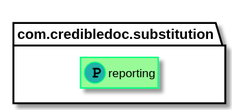
Earlier version of the PlantUML export substitution/substitution-doc/doc/img/diagrams.md_5.svg (credibledoc/credible-doc). The source it was exported from:
```plantuml
@startuml
left to right direction
hide empty members

skinparam class {
    BackgroundColor PaleGreen
    ArrowColor SeaGreen
    BorderColor SpringGreen
}

Class com.credibledoc.substitution.reporting << (P,LightSeaGreen) >>


@enduml
```
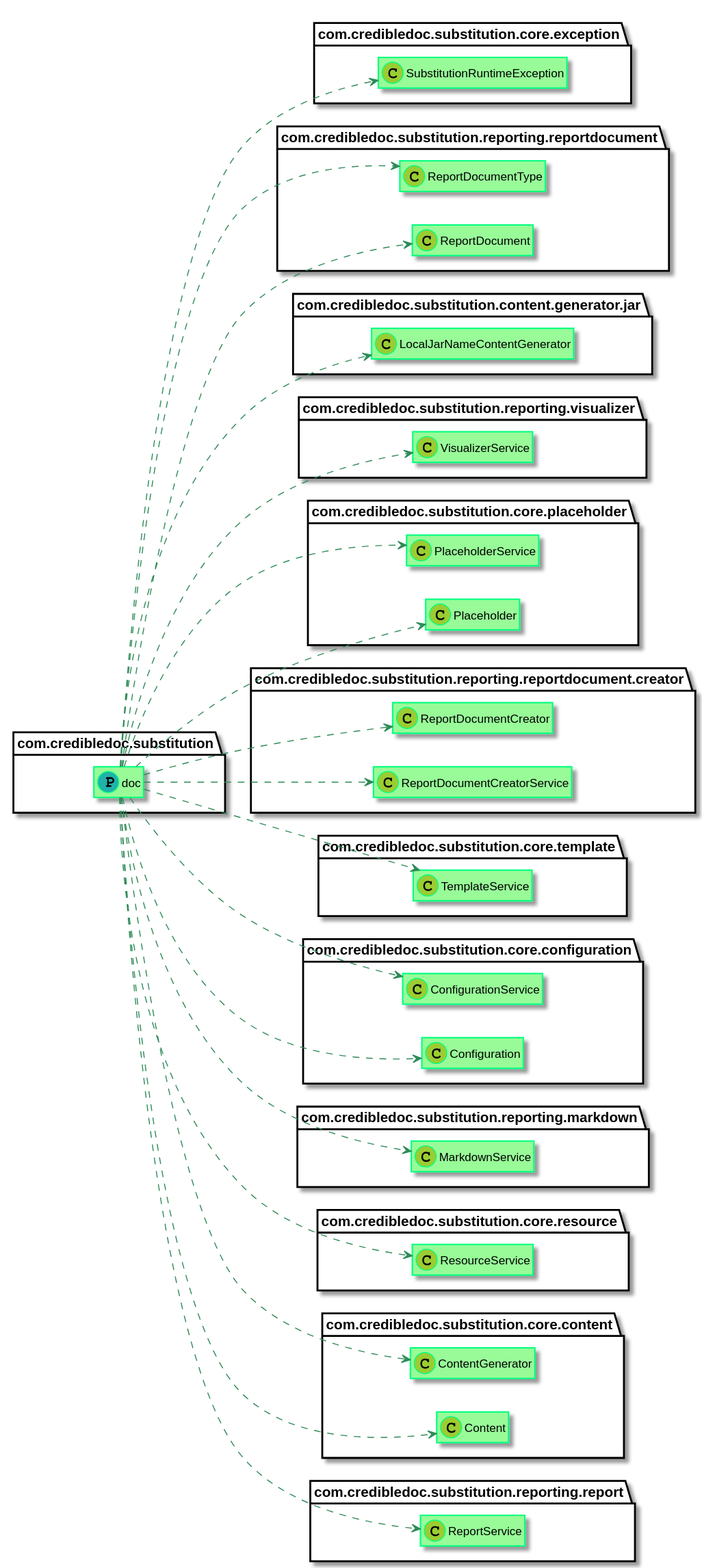
The same file after the commit.

Commit message:
Diagram of dependencies between packages

What changed in the source:
```diff
@@ -8,7 +8,39 @@
     BorderColor SpringGreen
 }
 
-Class com.credibledoc.substitution.reporting << (P,LightSeaGreen) >>
-
-
+Class com.credibledoc.substitution.doc << (P,LightSeaGreen) >>
+Class com.credibledoc.substitution.core.exception.SubstitutionRuntimeException << (C,YellowGreen) >>
+Class com.credibledoc.substitution.reporting.reportdocument.ReportDocumentType << (C,YellowGreen) >>
+Class com.credibledoc.substitution.content.generator.jar.LocalJarNameContentGenerator << (C,YellowGreen) >>
+Class com.credibledoc.substitution.reporting.visualizer.VisualizerService << (C,YellowGreen) >>
+Class com.credibledoc.substitution.core.placeholder.PlaceholderService << (C,YellowGreen) >>
+Class com.credibledoc.substitution.reporting.reportdocument.creator.ReportDocumentCreator << (C,YellowGreen) >>
+Class com.credibledoc.substitution.core.template.TemplateService << (C,YellowGreen) >>
+Class com.credibledoc.substitution.core.configuration.ConfigurationService << (C,YellowGreen) >>
+Class com.credibledoc.substitution.reporting.markdown.MarkdownService << (C,YellowGreen) >>
+Class com.credibledoc.substitution.core.resource.ResourceService << (C,YellowGreen) >>
+Class com.credibledoc.substitution.core.content.ContentGenerator << (C,YellowGreen) >>
+Class com.credibledoc.substitution.reporting.reportdocument.creator.ReportDocumentCreatorService << (C,YellowGreen) >>
+Class com.credibledoc.substitution.reporting.reportdocument.ReportDocument << (C,YellowGreen) >>
+Class com.credibledoc.substitution.core.content.Content << (C,YellowGreen) >>
+Class com.credibledoc.substitution.core.placeholder.Placeholder << (C,YellowGreen) >>
+Class com.credibledoc.substitution.reporting.report.ReportService << (C,YellowGreen) >>
+Class com.credibledoc.substitution.core.configuration.Configuration << (C,YellowGreen) >>
+com.credibledoc.substitution.doc ..> com.credibledoc.substitution.content.generator.jar.LocalJarNameContentGenerator
+com.credibledoc.substitution.doc ..> com.credibledoc.substitution.core.configuration.ConfigurationService
+com.credibledoc.substitution.doc ..> com.credibledoc.substitution.reporting.markdown.MarkdownService
+com.credibledoc.substitution.doc ..> com.credibledoc.substitution.reporting.report.ReportService
+com.credibledoc.substitution.doc ..> com.credibledoc.substitution.reporting.reportdocument.ReportDocumentType
+com.credibledoc.substitution.doc ..> com.credibledoc.substitution.core.template.TemplateService
+com.credibledoc.substitution.doc ..> com.credibledoc.substitution.core.placeholder.PlaceholderService
+com.credibledoc.substitution.doc ..> com.credibledoc.substitution.core.resource.ResourceService
+com.credibledoc.substitution.doc ..> com.credibledoc.substitution.core.content.ContentGenerator
+com.credibledoc.substitution.doc ..> com.credibledoc.substitution.core.placeholder.Placeholder
+com.credibledoc.substitution.doc ..> com.credibledoc.substitution.reporting.visualizer.VisualizerService
+com.credibledoc.substitution.doc ..> com.credibledoc.substitution.reporting.reportdocument.creator.ReportDocumentCreatorService
+com.credibledoc.substitution.doc ..> com.credibledoc.substitution.core.content.Content
+com.credibledoc.substitution.doc ..> com.credibledoc.substitution.reporting.reportdocument.ReportDocument
+com.credibledoc.substitution.doc ..> com.credibledoc.substitution.reporting.reportdocument.creator.ReportDocumentCreator
+com.credibledoc.substitution.doc ..> com.credibledoc.substitution.core.configuration.Configuration
+com.credibledoc.substitution.doc ..> com.credibledoc.substitution.core.exception.SubstitutionRuntimeException
 @enduml
```
